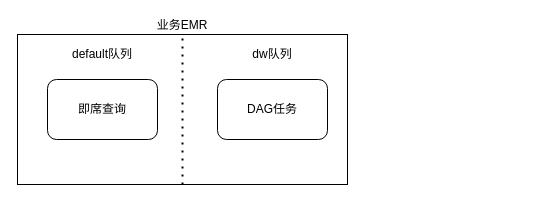
Above: emr function.drawio in jimmycheng603/findmaven (draw.io), before the change. Source tidied: cells renumbered, new cells numbered last; positions are measured from the earlier drawing's top-left corner, leaving out a move shared by most shapes. Both pictures are drawn from the tidied source at 100%, with x=0, y=0 at pixel (17, 34).
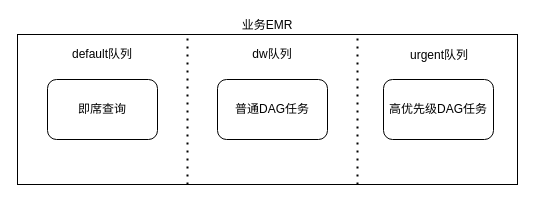
The same diagram, later.

Diff of the diagram source:
```diff
@@
 <mxGraphModel>
   <root>
     <mxCell id="0" />
     <mxCell id="1" parent="0" />
     <mxCell id="2" value="业务EMR" style="rounded=0;whiteSpace=wrap;html=1;labelPosition=center;verticalLabelPosition=top;align=center;verticalAlign=bottom;" parent="1" vertex="1">
-      <mxGeometry width="330" height="150" as="geometry" />
+      <mxGeometry width="500" height="150" as="geometry" />
     </mxCell>
     <mxCell id="3" value="即席查询" style="rounded=1;whiteSpace=wrap;html=1;" parent="1" vertex="1">
       <mxGeometry x="30" y="45" width="110" height="60" as="geometry" />
     </mxCell>
-    <mxCell id="4" value="DAG任务" style="rounded=1;whiteSpace=wrap;html=1;" parent="1" vertex="1">
+    <mxCell id="4" value="普通DAG任务" style="rounded=1;whiteSpace=wrap;html=1;" parent="1" vertex="1">
       <mxGeometry x="200" y="45" width="110" height="60" as="geometry" />
     </mxCell>
-    <mxCell id="5" style="endArrow=none;dashed=1;html=1;dashPattern=1 3;strokeWidth=2;entryX=0.5;entryY=0;entryDx=0;entryDy=0;exitX=0.5;exitY=1;exitDx=0;exitDy=0;" parent="1" edge="1" source="2" target="2">
-      <mxGeometry relative="1" as="geometry" />
+    <mxCell id="5" style="endArrow=none;dashed=1;html=1;dashPattern=1 3;strokeWidth=2;entryX=0.5;entryY=0;entryDx=0;entryDy=0;exitX=0.5;exitY=1;exitDx=0;exitDy=0;" parent="1" edge="1">
+      <mxGeometry relative="1" as="geometry">
+        <mxPoint x="170" y="150" as="sourcePoint" />
+        <mxPoint x="170" as="targetPoint" />
+      </mxGeometry>
     </mxCell>
     <mxCell id="6" value="default队列" style="text;html=1;strokeColor=none;fillColor=none;align=center;verticalAlign=middle;whiteSpace=wrap;rounded=0;" parent="1" vertex="1">
       <mxGeometry x="50" y="10" width="70" height="20" as="geometry" />
     </mxCell>
     <mxCell id="7" value="dw队列" style="text;html=1;strokeColor=none;fillColor=none;align=center;verticalAlign=middle;whiteSpace=wrap;rounded=0;" parent="1" vertex="1">
       <mxGeometry x="220" y="10" width="70" height="20" as="geometry" />
     </mxCell>
+    <mxCell id="8" style="endArrow=none;dashed=1;html=1;dashPattern=1 3;strokeWidth=2;entryX=0.5;entryY=0;entryDx=0;entryDy=0;exitX=0.5;exitY=1;exitDx=0;exitDy=0;" parent="1" edge="1">
+      <mxGeometry relative="1" as="geometry">
+        <mxPoint x="340" y="150" as="sourcePoint" />
+        <mxPoint x="340" as="targetPoint" />
+      </mxGeometry>
+    </mxCell>
+    <mxCell id="9" value="urgent队列" style="text;html=1;strokeColor=none;fillColor=none;align=center;verticalAlign=middle;whiteSpace=wrap;rounded=0;" parent="1" vertex="1">
+      <mxGeometry x="387" y="11" width="70" height="20" as="geometry" />
+    </mxCell>
+    <mxCell id="10" value="高优先级DAG任务" style="rounded=1;whiteSpace=wrap;html=1;" parent="1" vertex="1">
+      <mxGeometry x="366" y="45" width="110" height="60" as="geometry" />
+    </mxCell>
   </root>
 </mxGraphModel>
```
